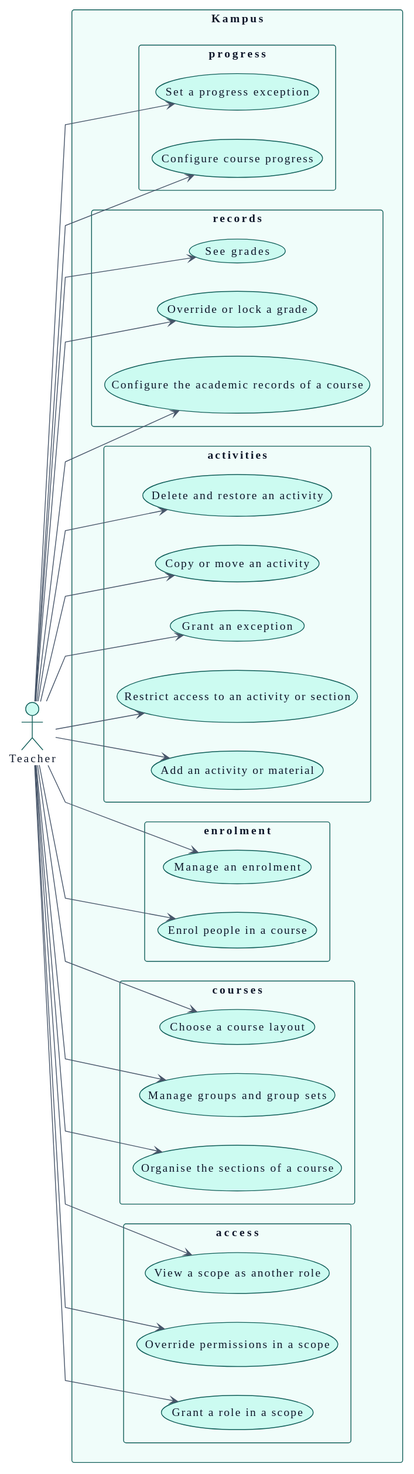
This is docs/01-requirements/use-cases-teacher.svg from didactika/kampus, a PlantUML export, as it was before one commit.
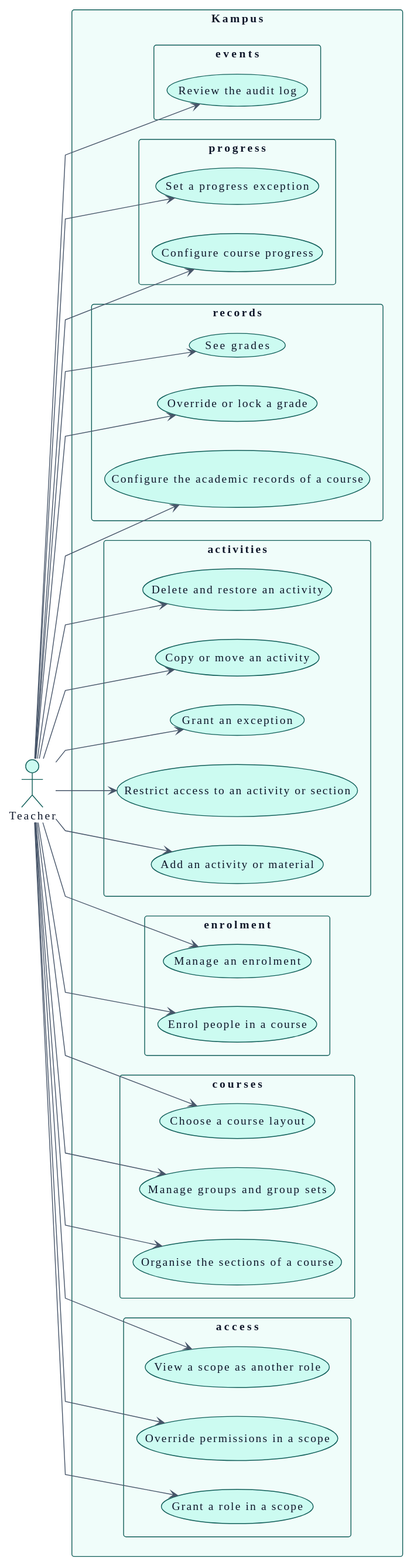
After the change.

Change to the diagram source:
```diff
@@ -139,6 +139,9 @@
     usecase "Configure course progress" as UC_configureCourseProgress
     usecase "Set a progress exception" as UC_setProgressException
   }
+  package "events" {
+    usecase "Review the audit log" as UC_reviewAuditLog
+  }
 }
 
 A_Teacher --> UC_grantRole
@@ -159,4 +162,5 @@
 A_Teacher --> UC_viewGrades
 A_Teacher --> UC_configureCourseProgress
 A_Teacher --> UC_setProgressException
+A_Teacher --> UC_reviewAuditLog
 @enduml
```
